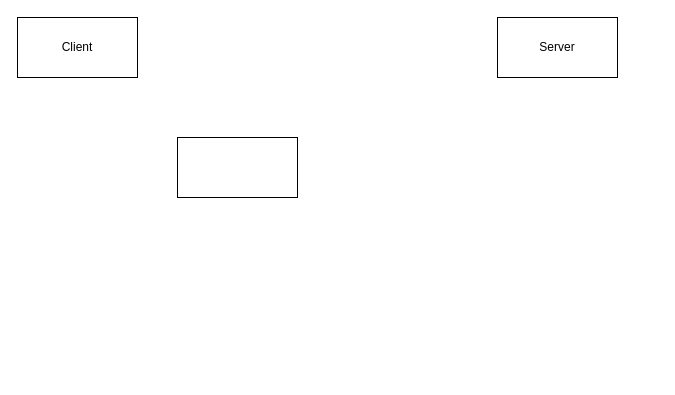
This is flowchart.drawio from Chaostwister/Mirror-ja, a draw.io file, before an edit. Source tidied: cells renumbered, new cells numbered last; positions are measured from the earlier drawing's top-left corner, leaving out a move shared by most shapes. Both pictures are drawn from the tidied source at 100%, with x=0, y=0 at pixel (17, 17).
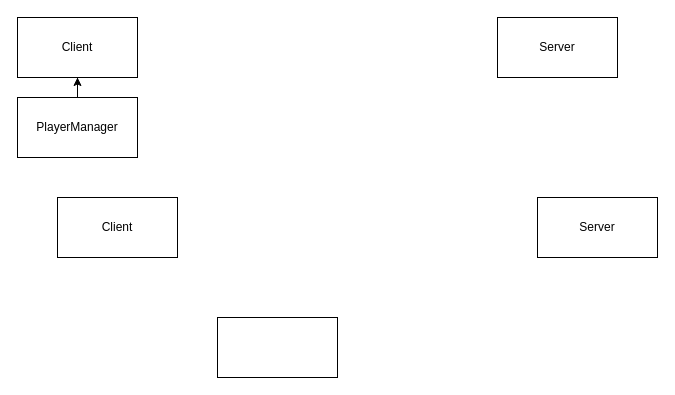
The same diagram, later.

Change to the diagram source:
```diff
@@
 <mxGraphModel>
   <root>
     <mxCell id="0" />
     <mxCell id="1" parent="0" />
     <mxCell id="2" value="Client" style="rounded=0;whiteSpace=wrap;html=1;" parent="1" vertex="1">
       <mxGeometry width="120" height="60" as="geometry" />
     </mxCell>
     <mxCell id="3" value="Server" style="rounded=0;whiteSpace=wrap;html=1;" parent="1" vertex="1">
       <mxGeometry x="480" width="120" height="60" as="geometry" />
     </mxCell>
-    <mxCell id="4" style="rounded=0;whiteSpace=wrap;html=1;" parent="1" vertex="1">
-      <mxGeometry x="160" y="120" width="120" height="60" as="geometry" />
-    </mxCell>
+    <mxCell id="5" style="edgeStyle=orthogonalEdgeStyle;rounded=0;jettySize=auto;html=1;entryX=0.5;entryY=1;entryDx=0;entryDy=0;" parent="1" edge="1" source="6" target="2">
+      <mxGeometry relative="1" as="geometry" />
+    </mxCell>
+    <mxCell id="6" value="PlayerManager" style="rounded=0;whiteSpace=wrap;html=1;" parent="1" vertex="1">
+      <mxGeometry y="80" width="120" height="60" as="geometry" />
+    </mxCell>
+    <mxCell id="7" value="Client" style="rounded=0;whiteSpace=wrap;html=1;" parent="1" vertex="1">
+      <mxGeometry x="40" y="180" width="120" height="60" as="geometry" />
+    </mxCell>
+    <mxCell id="8" value="Server" style="rounded=0;whiteSpace=wrap;html=1;" parent="1" vertex="1">
+      <mxGeometry x="520" y="180" width="120" height="60" as="geometry" />
+    </mxCell>
+    <mxCell id="9" style="rounded=0;whiteSpace=wrap;html=1;" parent="1" vertex="1">
+      <mxGeometry x="200" y="300" width="120" height="60" as="geometry" />
+    </mxCell>
   </root>
 </mxGraphModel>
```
